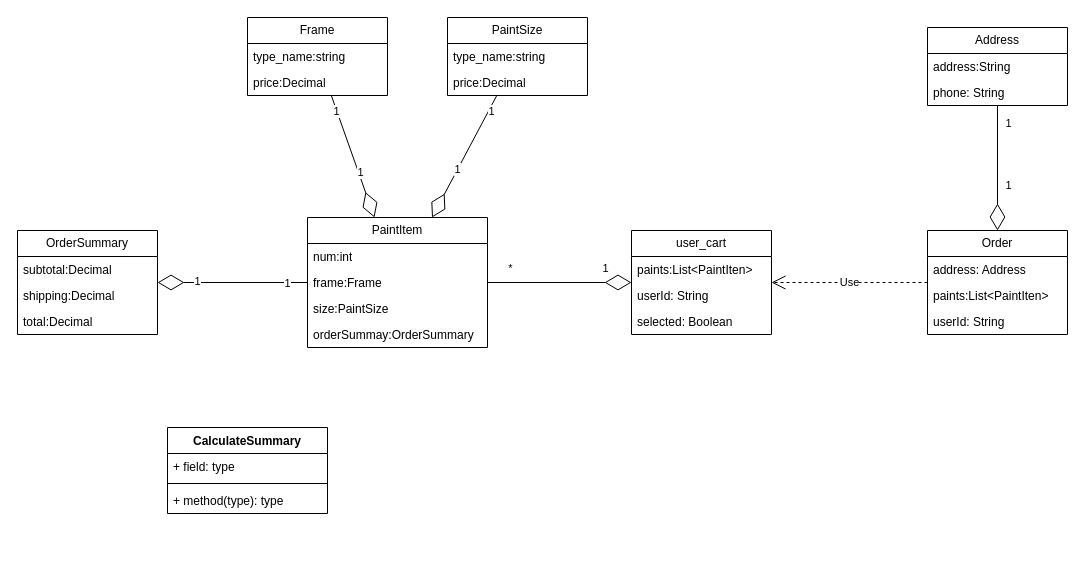
The draw.io diagram aigc订单系统实体图.drawio in milletzhu/datasource, before the edit. Source tidied: cells renumbered, new cells numbered last; positions are measured from the earlier drawing's top-left corner, leaving out a move shared by most shapes. Both pictures are drawn from the tidied source at 100%, with x=0, y=0 at pixel (17, 17).
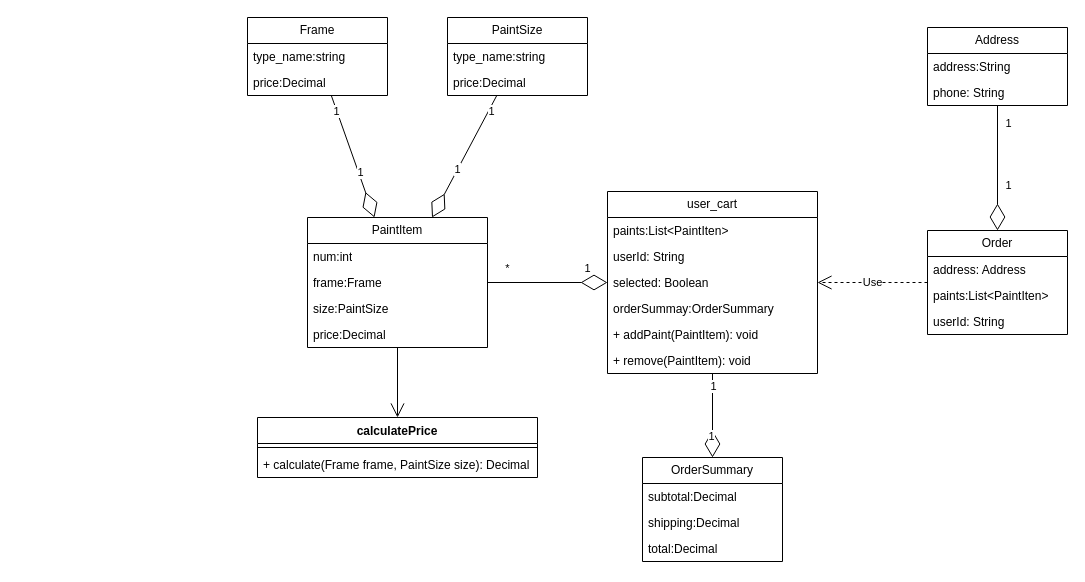
After the change.

Commit message (it also covers changes not shown here):
更新aigc订单系统实体图.drawio

The change refers to these unchanged cells:
```xml
<mxCell id="8" value="PaintItem" style="swimlane;fontStyle=0;horizontal=1;startSize=26;fillColor=none;whiteSpace=wrap;html=1;" parent="1" vertex="1">
  <mxGeometry x="290" y="200" width="180" height="130" as="geometry" />
</mxCell>
```

Change to the diagram source:
```diff
@@
-    <mxCell id="12" value="orderSummay:OrderSummary" style="text;strokeColor=none;fillColor=none;align=left;verticalAlign=top;spacingLeft=4;spacingRight=4;overflow=hidden;whiteSpace=wrap;html=1;" parent="8" vertex="1">
-      <mxGeometry y="104" width="180" height="26" as="geometry" />
-    </mxCell>
+    <mxCell id="48" value="price:Decimal" style="text;strokeColor=none;fillColor=none;align=left;verticalAlign=top;spacingLeft=4;spacingRight=4;overflow=hidden;whiteSpace=wrap;html=1;" parent="8" vertex="1">
+      <mxGeometry y="104" width="180" height="26" as="geometry" />
+    </mxCell>
     <mxCell id="13" value="user_cart" style="swimlane;fontStyle=0;horizontal=1;startSize=26;fillColor=none;whiteSpace=wrap;html=1;" parent="1" vertex="1">
-      <mxGeometry x="614" y="213" width="140" height="104" as="geometry" />
+      <mxGeometry x="590" y="174" width="210" height="182" as="geometry" />
     </mxCell>
     <mxCell id="14" value="paints:List&amp;lt;PaintIten&amp;gt;" style="text;strokeColor=none;fillColor=none;align=left;verticalAlign=top;spacingLeft=4;spacingRight=4;overflow=hidden;whiteSpace=wrap;html=1;" parent="13" vertex="1">
-      <mxGeometry y="26" width="140" height="26" as="geometry" />
+      <mxGeometry y="26" width="210" height="26" as="geometry" />
     </mxCell>
     <mxCell id="15" value="userId: String" style="text;strokeColor=none;fillColor=none;align=left;verticalAlign=top;spacingLeft=4;spacingRight=4;overflow=hidden;whiteSpace=wrap;html=1;" parent="13" vertex="1">
-      <mxGeometry y="52" width="140" height="26" as="geometry" />
+      <mxGeometry y="52" width="210" height="26" as="geometry" />
     </mxCell>
     <mxCell id="16" value="selected: Boolean" style="text;strokeColor=none;fillColor=none;align=left;verticalAlign=top;spacingLeft=4;spacingRight=4;overflow=hidden;whiteSpace=wrap;html=1;" parent="13" vertex="1">
-      <mxGeometry y="78" width="140" height="26" as="geometry" />
+      <mxGeometry y="78" width="210" height="26" as="geometry" />
     </mxCell>
+    <mxCell id="12" value="orderSummay:OrderSummary" style="text;strokeColor=none;fillColor=none;align=left;verticalAlign=top;spacingLeft=4;spacingRight=4;overflow=hidden;whiteSpace=wrap;html=1;" parent="13" vertex="1">
+      <mxGeometry y="104" width="210" height="26" as="geometry" />
+    </mxCell>
+    <mxCell id="49" value="+ addPaint(PaintItem): void" style="text;strokeColor=none;fillColor=none;align=left;verticalAlign=top;spacingLeft=4;spacingRight=4;overflow=hidden;whiteSpace=wrap;html=1;" parent="13" vertex="1">
+      <mxGeometry y="130" width="210" height="26" as="geometry" />
+    </mxCell>
+    <mxCell id="50" value="+ remove(PaintItem): void" style="text;strokeColor=none;fillColor=none;align=left;verticalAlign=top;spacingLeft=4;spacingRight=4;overflow=hidden;whiteSpace=wrap;html=1;" parent="13" vertex="1">
+      <mxGeometry y="156" width="210" height="26" as="geometry" />
+    </mxCell>
@@
-    <mxCell id="26" value="CalculateSummary" style="swimlane;fontStyle=1;align=center;verticalAlign=top;horizontal=1;startSize=26;whiteSpace=wrap;html=1;" parent="1" vertex="1">
-      <mxGeometry x="150" y="410" width="160" height="86" as="geometry" />
-    </mxCell>
-    <mxCell id="27" value="+ field: type" style="text;strokeColor=none;fillColor=none;align=left;verticalAlign=top;spacingLeft=4;spacingRight=4;overflow=hidden;whiteSpace=wrap;html=1;" parent="26" vertex="1">
-      <mxGeometry y="26" width="160" height="26" as="geometry" />
-    </mxCell>
-    <mxCell id="28" style="line;strokeWidth=1;fillColor=none;align=left;verticalAlign=middle;spacingTop=-1;spacingLeft=3;spacingRight=3;labelPosition=right;strokeColor=inherit;" parent="26" vertex="1">
-      <mxGeometry y="52" width="160" height="8" as="geometry" />
-    </mxCell>
-    <mxCell id="29" value="+ method(type): type" style="text;strokeColor=none;fillColor=none;align=left;verticalAlign=top;spacingLeft=4;spacingRight=4;overflow=hidden;whiteSpace=wrap;html=1;" parent="26" vertex="1">
-      <mxGeometry y="60" width="160" height="26" as="geometry" />
-    </mxCell>
     <mxCell id="30" value="OrderSummary" style="swimlane;fontStyle=0;horizontal=1;startSize=26;fillColor=none;whiteSpace=wrap;html=1;" parent="1" vertex="1">
-      <mxGeometry y="213" width="140" height="104" as="geometry" />
+      <mxGeometry x="625" y="440" width="140" height="104" as="geometry" />
     </mxCell>
@@
-    <mxCell id="34" style="endArrow=diamondThin;endFill=0;endSize=24;html=1;rounded=0;" parent="1" edge="1" source="8" target="30">
+    <mxCell id="34" style="endArrow=diamondThin;endFill=0;endSize=24;html=1;rounded=0;" parent="1" edge="1" source="13" target="30">
       <mxGeometry relative="1" as="geometry" />
     </mxCell>
@@
+    <mxCell id="51" value="calculatePrice" style="swimlane;fontStyle=1;align=center;verticalAlign=top;horizontal=1;startSize=26;whiteSpace=wrap;html=1;" parent="1" vertex="1">
+      <mxGeometry x="240" y="400" width="280" height="60" as="geometry" />
+    </mxCell>
+    <mxCell id="52" style="line;strokeWidth=1;fillColor=none;align=left;verticalAlign=middle;spacingTop=-1;spacingLeft=3;spacingRight=3;labelPosition=right;strokeColor=inherit;" parent="51" vertex="1">
+      <mxGeometry y="26" width="280" height="8" as="geometry" />
+    </mxCell>
+    <mxCell id="53" value="+ calculate(Frame frame, PaintSize size): Decimal" style="text;strokeColor=none;fillColor=none;align=left;verticalAlign=top;spacingLeft=4;spacingRight=4;overflow=hidden;whiteSpace=wrap;html=1;" parent="51" vertex="1">
+      <mxGeometry y="34" width="280" height="26" as="geometry" />
+    </mxCell>
+    <mxCell id="54" style="endArrow=open;endFill=1;endSize=12;html=1;rounded=0;" parent="1" edge="1" source="8" target="51">
+      <mxGeometry relative="1" as="geometry" />
+    </mxCell>
```
